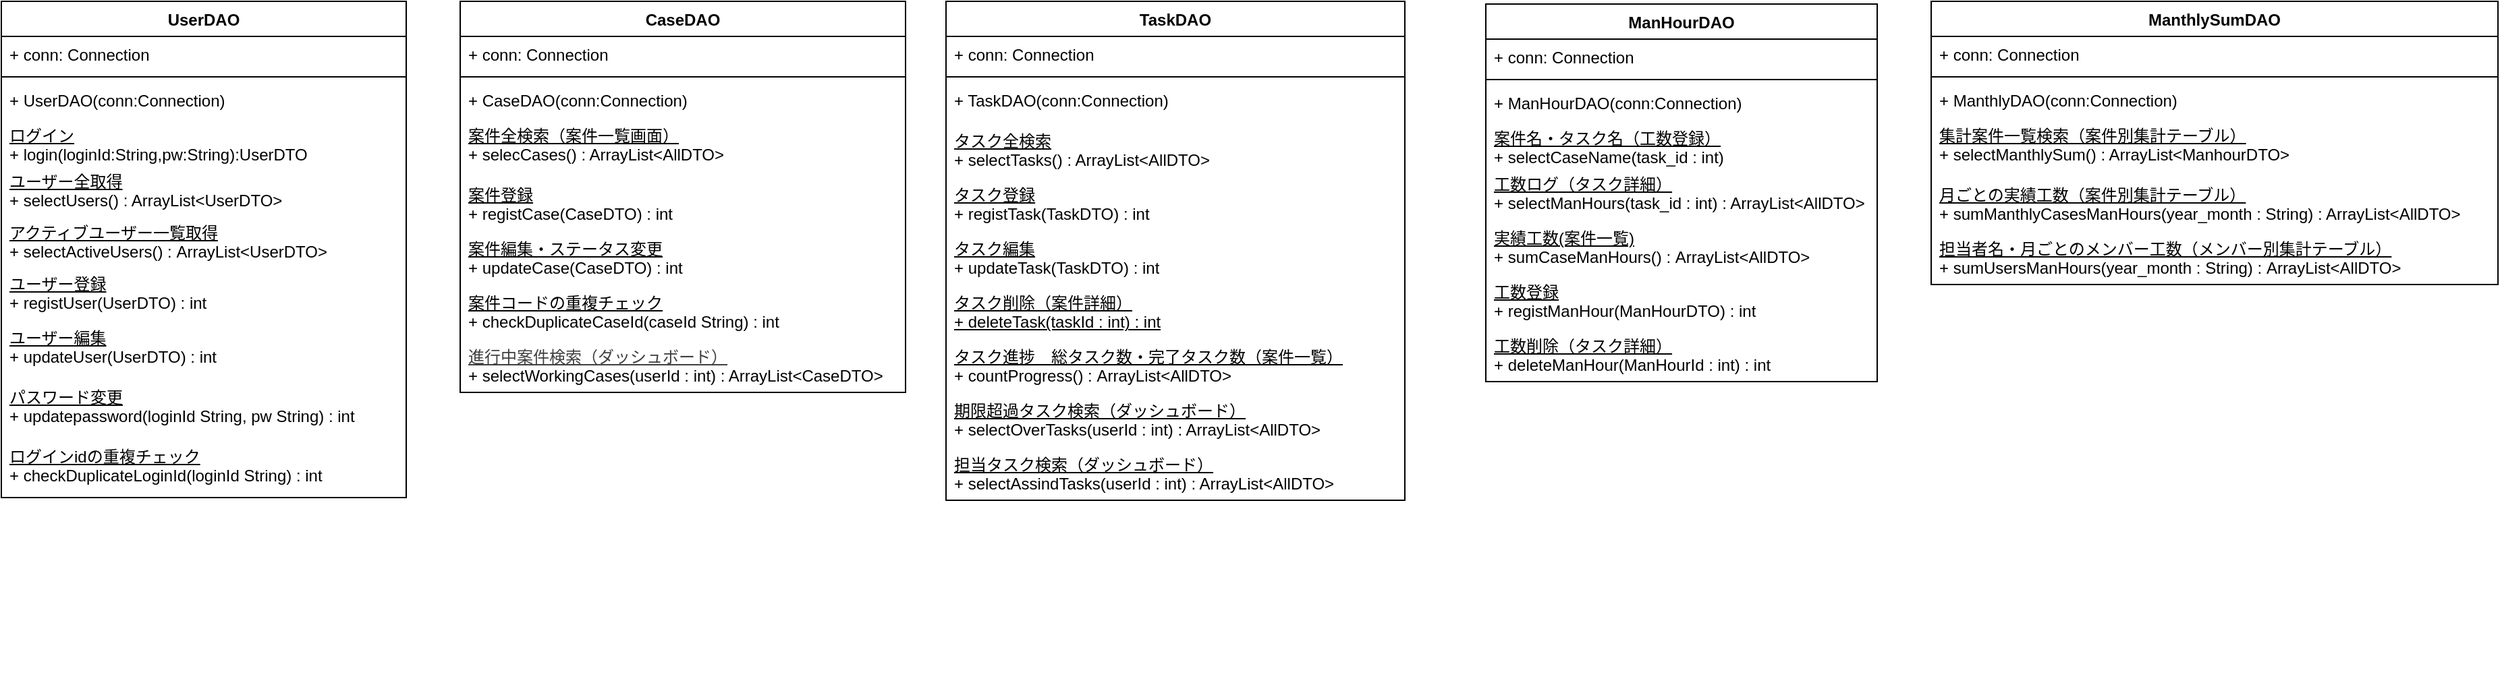
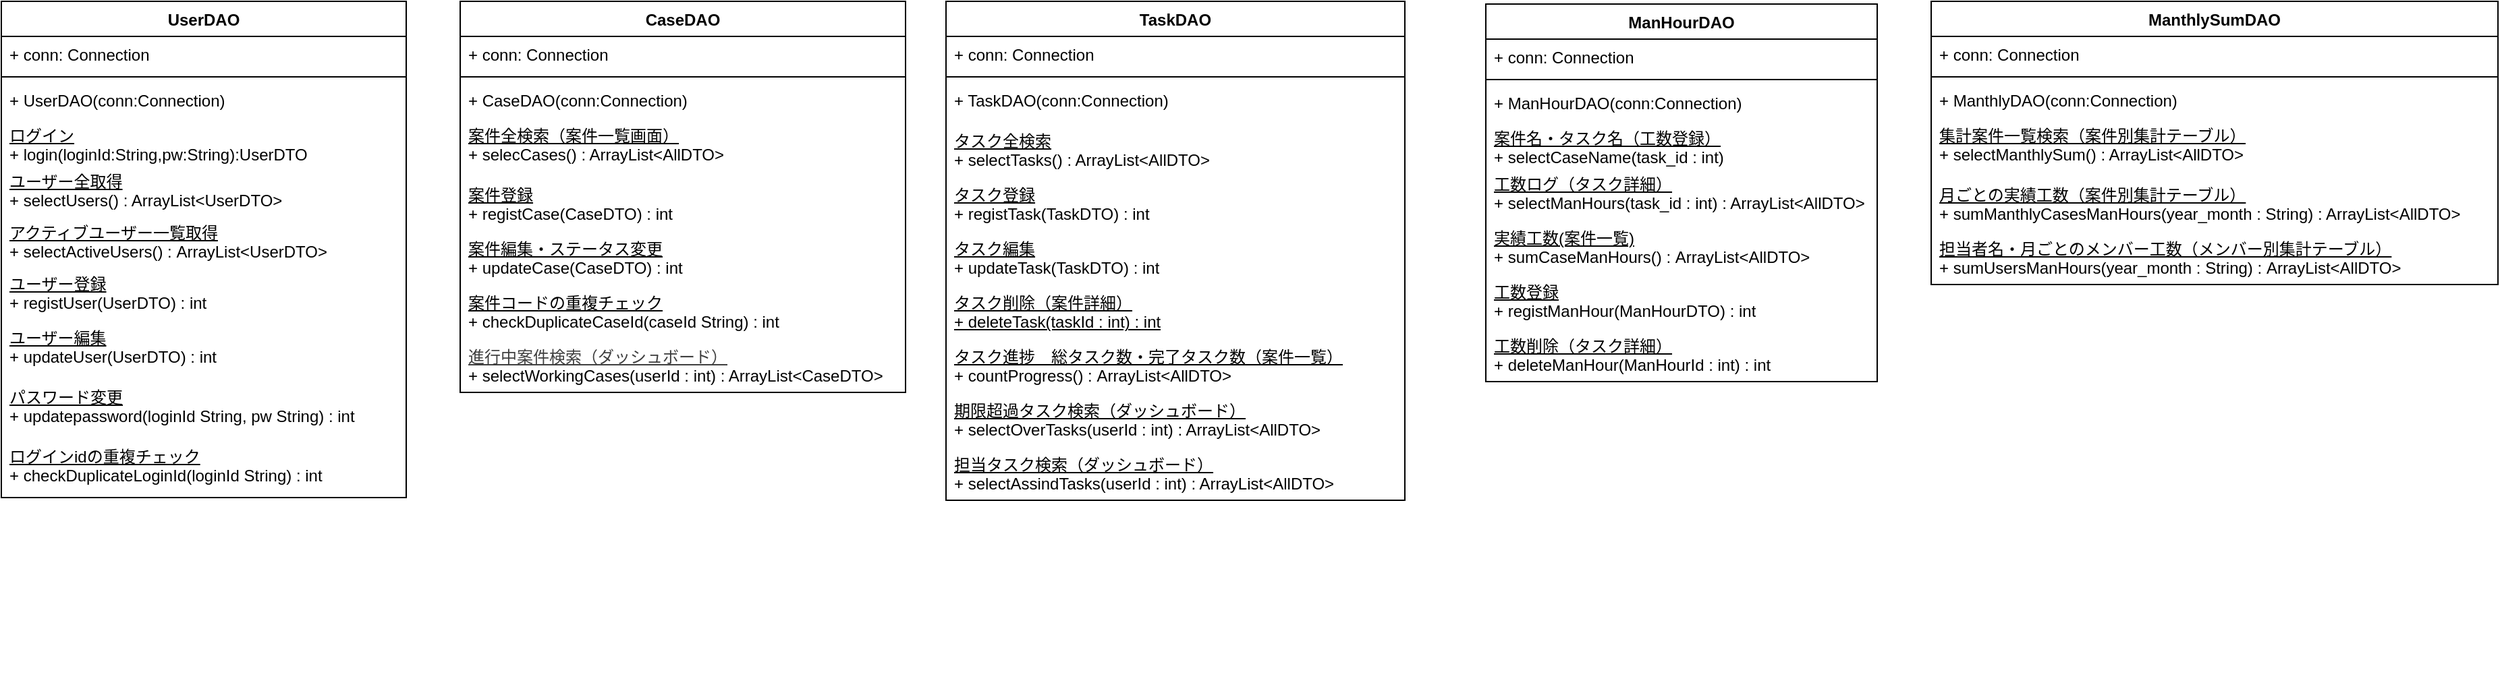
<mxfile host="65bd71144e">
    <diagram id="FiwLhSfAqCs7Xlh_osOK" name="ページ1">
-         <mxGraphModel dx="714" dy="659" grid="1" gridSize="10" guides="1" tooltips="1" connect="1" arrows="1" fold="1" page="1" pageScale="1" pageWidth="827" pageHeight="1169" math="0" shadow="0">
+         <mxGraphModel dx="816" dy="473" grid="1" gridSize="10" guides="1" tooltips="1" connect="1" arrows="1" fold="1" page="1" pageScale="1" pageWidth="827" pageHeight="1169" math="0" shadow="0">
            <root>
                <mxCell id="0"/>
                <mxCell id="1" parent="0"/>
                <mxCell id="20" value="CaseDAO" style="swimlane;fontStyle=1;align=center;verticalAlign=top;childLayout=stackLayout;horizontal=1;startSize=26;horizontalStack=0;resizeParent=1;resizeParentMax=0;resizeLast=0;collapsible=1;marginBottom=0;whiteSpace=wrap;html=1;" parent="1" vertex="1">
                    <mxGeometry x="350" y="490" width="330" height="290" as="geometry"/>
                </mxCell>
                <mxCell id="21" value="+ conn: Connection" style="text;strokeColor=none;fillColor=none;align=left;verticalAlign=top;spacingLeft=4;spacingRight=4;overflow=hidden;rotatable=0;points=[[0,0.5],[1,0.5]];portConstraint=eastwest;whiteSpace=wrap;html=1;" parent="20" vertex="1">
                    <mxGeometry y="26" width="330" height="26" as="geometry"/>
                </mxCell>
                <mxCell id="22" value="" style="line;strokeWidth=1;fillColor=none;align=left;verticalAlign=middle;spacingTop=-1;spacingLeft=3;spacingRight=3;rotatable=0;labelPosition=right;points=[];portConstraint=eastwest;strokeColor=inherit;" parent="20" vertex="1">
                    <mxGeometry y="52" width="330" height="8" as="geometry"/>
                </mxCell>
                <mxCell id="23" value="+ CaseDAO(conn:Connection)" style="text;strokeColor=none;fillColor=none;align=left;verticalAlign=top;spacingLeft=4;spacingRight=4;overflow=hidden;rotatable=0;points=[[0,0.5],[1,0.5]];portConstraint=eastwest;whiteSpace=wrap;html=1;" parent="20" vertex="1">
                    <mxGeometry y="60" width="330" height="26" as="geometry"/>
                </mxCell>
                <mxCell id="30" value="&lt;div&gt;&lt;u&gt;&lt;font style=&quot;color: rgb(0, 0, 0);&quot;&gt;案件全検索（案件一覧画面）&lt;/font&gt;&lt;/u&gt;&lt;/div&gt;&lt;div&gt;&lt;font style=&quot;color: rgb(0, 0, 0);&quot;&gt;&lt;span style=&quot;background-color: transparent;&quot;&gt;+ selecCases(&lt;/span&gt;&lt;span style=&quot;background-color: transparent;&quot;&gt;) : ArrayList&amp;lt;AllDTO&amp;gt;&lt;/span&gt;&lt;/font&gt;&lt;/div&gt;" style="text;strokeColor=none;fillColor=none;align=left;verticalAlign=top;spacingLeft=4;spacingRight=4;overflow=hidden;rotatable=0;points=[[0,0.5],[1,0.5]];portConstraint=eastwest;whiteSpace=wrap;html=1;fontFamily=Helvetica;fontSize=12;fontColor=default;" parent="20" vertex="1">
                    <mxGeometry y="86" width="330" height="44" as="geometry"/>
                </mxCell>
                <mxCell id="54" value="&lt;div&gt;&lt;span&gt;&lt;u style=&quot;&quot;&gt;&lt;font style=&quot;color: rgb(0, 0, 0);&quot;&gt;案件登録&lt;/font&gt;&lt;/u&gt;&lt;/span&gt;&lt;/div&gt;&lt;span style=&quot;color: rgb(0, 0, 0);&quot;&gt;&lt;font style=&quot;color: rgb(0, 0, 0);&quot;&gt;+ registCase(CaseDTO) : int&lt;/font&gt;&lt;/span&gt;" style="text;strokeColor=none;fillColor=none;align=left;verticalAlign=top;spacingLeft=4;spacingRight=4;overflow=hidden;rotatable=0;points=[[0,0.5],[1,0.5]];portConstraint=eastwest;whiteSpace=wrap;html=1;fontFamily=Helvetica;fontSize=12;fontColor=default;" parent="20" vertex="1">
                    <mxGeometry y="130" width="330" height="40" as="geometry"/>
                </mxCell>
                <mxCell id="28" value="&lt;div&gt;&lt;u&gt;&lt;font style=&quot;color: rgb(0, 0, 0);&quot;&gt;案件編集・ステータス変更&lt;/font&gt;&lt;/u&gt;&lt;/div&gt;&lt;div&gt;&lt;span style=&quot;background-color: transparent;&quot;&gt;&lt;font style=&quot;color: rgb(0, 0, 0);&quot;&gt;+ updateCase(CaseDTO) : int&lt;/font&gt;&lt;/span&gt;&lt;/div&gt;" style="text;strokeColor=none;fillColor=none;align=left;verticalAlign=top;spacingLeft=4;spacingRight=4;overflow=hidden;rotatable=0;points=[[0,0.5],[1,0.5]];portConstraint=eastwest;whiteSpace=wrap;html=1;fontFamily=Helvetica;fontSize=12;fontColor=default;" parent="20" vertex="1">
                    <mxGeometry y="170" width="330" height="40" as="geometry"/>
                </mxCell>
                <mxCell id="95" value="&lt;u&gt;案件コードの重複チェック&lt;/u&gt;&lt;div&gt;+ checkDuplicateCaseId(caseId String) : int&amp;nbsp;&lt;/div&gt;" style="text;strokeColor=none;fillColor=none;align=left;verticalAlign=top;spacingLeft=4;spacingRight=4;overflow=hidden;rotatable=0;points=[[0,0.5],[1,0.5]];portConstraint=eastwest;whiteSpace=wrap;html=1;fontFamily=Helvetica;fontSize=12;fontColor=default;" parent="20" vertex="1">
                    <mxGeometry y="210" width="330" height="40" as="geometry"/>
                </mxCell>
                <mxCell id="96" value="&lt;div style=&quot;scrollbar-color: rgb(226, 226, 226) rgb(251, 251, 251); color: rgb(63, 63, 63);&quot;&gt;&lt;font style=&quot;scrollbar-color: rgb(226, 226, 226) rgb(251, 251, 251); color: rgb(63, 63, 63);&quot;&gt;&lt;u style=&quot;scrollbar-color: rgb(226, 226, 226) rgb(251, 251, 251); color: rgb(63, 63, 63);&quot;&gt;進行中案件検索（ダッシュボード）&lt;/u&gt;&lt;/font&gt;&lt;/div&gt;&lt;span style=&quot;scrollbar-color: rgb(226, 226, 226) rgb(251, 251, 251); color: rgb(0, 0, 0);&quot;&gt;+ selectWorkingCases(&lt;span style=&quot;scrollbar-color: rgb(226, 226, 226) rgb(251, 251, 251); color: rgb(0, 0, 0);&quot;&gt;userId : int&lt;/span&gt;) : ArrayList&amp;lt;CaseDTO&amp;gt;&lt;/span&gt;" style="text;strokeColor=none;fillColor=none;align=left;verticalAlign=top;spacingLeft=4;spacingRight=4;overflow=hidden;rotatable=0;points=[[0,0.5],[1,0.5]];portConstraint=eastwest;whiteSpace=wrap;html=1;fontFamily=Helvetica;fontSize=12;fontColor=default;" parent="20" vertex="1">
                    <mxGeometry y="250" width="330" height="40" as="geometry"/>
                </mxCell>
                <mxCell id="27" style="text;strokeColor=none;fillColor=none;align=left;verticalAlign=top;spacingLeft=4;spacingRight=4;overflow=hidden;rotatable=0;points=[[0,0.5],[1,0.5]];portConstraint=eastwest;whiteSpace=wrap;html=1;" parent="20" vertex="1">
                    <mxGeometry y="290" width="330" as="geometry"/>
                </mxCell>
                <mxCell id="32" value="UserDAO" style="swimlane;fontStyle=1;align=center;verticalAlign=top;childLayout=stackLayout;horizontal=1;startSize=26;horizontalStack=0;resizeParent=1;resizeParentMax=0;resizeLast=0;collapsible=1;marginBottom=0;whiteSpace=wrap;html=1;" parent="1" vertex="1">
                    <mxGeometry x="10" y="490" width="300" height="368" as="geometry"/>
                </mxCell>
                <mxCell id="33" value="+ conn: Connection" style="text;strokeColor=none;fillColor=none;align=left;verticalAlign=top;spacingLeft=4;spacingRight=4;overflow=hidden;rotatable=0;points=[[0,0.5],[1,0.5]];portConstraint=eastwest;whiteSpace=wrap;html=1;" parent="32" vertex="1">
                    <mxGeometry y="26" width="300" height="26" as="geometry"/>
                </mxCell>
                <mxCell id="34" value="" style="line;strokeWidth=1;fillColor=none;align=left;verticalAlign=middle;spacingTop=-1;spacingLeft=3;spacingRight=3;rotatable=0;labelPosition=right;points=[];portConstraint=eastwest;strokeColor=inherit;" parent="32" vertex="1">
                    <mxGeometry y="52" width="300" height="8" as="geometry"/>
                </mxCell>
                <mxCell id="35" value="+ UserDAO(conn:Connection)" style="text;strokeColor=none;fillColor=none;align=left;verticalAlign=top;spacingLeft=4;spacingRight=4;overflow=hidden;rotatable=0;points=[[0,0.5],[1,0.5]];portConstraint=eastwest;whiteSpace=wrap;html=1;" parent="32" vertex="1">
                    <mxGeometry y="60" width="300" height="26" as="geometry"/>
                </mxCell>
                <mxCell id="41" value="&lt;div&gt;&lt;span style=&quot;background-color: transparent;&quot;&gt;&lt;u&gt;ログイン&lt;/u&gt;&lt;/span&gt;&lt;/div&gt;&lt;div&gt;&lt;span style=&quot;color: rgb(0, 0, 0);&quot;&gt;+ login(loginId:String,pw:String):UserDTO&lt;/span&gt;&lt;/div&gt;" style="text;strokeColor=none;fillColor=none;align=left;verticalAlign=top;spacingLeft=4;spacingRight=4;overflow=hidden;rotatable=0;points=[[0,0.5],[1,0.5]];portConstraint=eastwest;whiteSpace=wrap;html=1;" parent="32" vertex="1">
                    <mxGeometry y="86" width="300" height="34" as="geometry"/>
                </mxCell>
                <mxCell id="37" value="&lt;div&gt;&lt;span style=&quot;background-color: transparent;&quot;&gt;&lt;font style=&quot;color: rgb(0, 0, 0);&quot;&gt;&lt;u&gt;ユーザー全取得&lt;/u&gt;&lt;/font&gt;&lt;/span&gt;&lt;/div&gt;&lt;div&gt;&lt;span style=&quot;background-color: transparent;&quot;&gt;&lt;font style=&quot;color: rgb(0, 0, 0);&quot;&gt;+ selectUsers() : ArrayList&amp;lt;UserDTO&amp;gt;&lt;/font&gt;&lt;/span&gt;&lt;/div&gt;" style="text;strokeColor=none;fillColor=none;align=left;verticalAlign=top;spacingLeft=4;spacingRight=4;overflow=hidden;rotatable=0;points=[[0,0.5],[1,0.5]];portConstraint=eastwest;whiteSpace=wrap;html=1;fontFamily=Helvetica;fontSize=12;fontColor=default;" parent="32" vertex="1">
                    <mxGeometry y="120" width="300" height="38" as="geometry"/>
                </mxCell>
                <mxCell id="97" value="&lt;u&gt;アクティブユーザー一覧取得&lt;/u&gt;&lt;div&gt;+ selectActiveUsers() :&amp;nbsp;&lt;span style=&quot;color: rgb(0, 0, 0); background-color: transparent;&quot;&gt;ArrayList&amp;lt;UserDTO&amp;gt;&lt;/span&gt;&lt;/div&gt;" style="text;strokeColor=none;fillColor=none;align=left;verticalAlign=top;spacingLeft=4;spacingRight=4;overflow=hidden;rotatable=0;points=[[0,0.5],[1,0.5]];portConstraint=eastwest;whiteSpace=wrap;html=1;fontFamily=Helvetica;fontSize=12;fontColor=default;" parent="32" vertex="1">
                    <mxGeometry y="158" width="300" height="38" as="geometry"/>
                </mxCell>
                <mxCell id="43" value="&lt;div&gt;&lt;font style=&quot;color: rgb(0, 0, 0);&quot;&gt;&lt;u&gt;ユーザー登録&lt;/u&gt;&lt;/font&gt;&lt;/div&gt;&lt;div&gt;&lt;font style=&quot;color: rgb(0, 0, 0);&quot;&gt;+ registUser(UserDTO) : int&lt;/font&gt;&lt;/div&gt;" style="text;strokeColor=none;fillColor=none;align=left;verticalAlign=top;spacingLeft=4;spacingRight=4;overflow=hidden;rotatable=0;points=[[0,0.5],[1,0.5]];portConstraint=eastwest;whiteSpace=wrap;html=1;fontFamily=Helvetica;fontSize=12;fontColor=default;" parent="32" vertex="1">
                    <mxGeometry y="196" width="300" height="40" as="geometry"/>
                </mxCell>
                <mxCell id="39" value="&lt;div&gt;&lt;u&gt;ユーザー編集&lt;/u&gt;&lt;/div&gt;+ updateUser(UserDTO) : int" style="text;strokeColor=none;fillColor=none;align=left;verticalAlign=top;spacingLeft=4;spacingRight=4;overflow=hidden;rotatable=0;points=[[0,0.5],[1,0.5]];portConstraint=eastwest;whiteSpace=wrap;html=1;fontFamily=Helvetica;fontSize=12;fontColor=default;" parent="32" vertex="1">
                    <mxGeometry y="236" width="300" height="44" as="geometry"/>
                </mxCell>
                <mxCell id="98" value="&lt;u&gt;パスワード変更&lt;/u&gt;&lt;div&gt;+ updatepassword(loginId String, pw String) : int&lt;/div&gt;" style="text;strokeColor=none;fillColor=none;align=left;verticalAlign=top;spacingLeft=4;spacingRight=4;overflow=hidden;rotatable=0;points=[[0,0.5],[1,0.5]];portConstraint=eastwest;whiteSpace=wrap;html=1;fontFamily=Helvetica;fontSize=12;fontColor=default;" parent="32" vertex="1">
                    <mxGeometry y="280" width="300" height="44" as="geometry"/>
                </mxCell>
                <mxCell id="94" value="&lt;u&gt;ログインidの重複チェック&lt;/u&gt;&lt;div&gt;+ checkDuplicateLoginId(loginId String) : int&lt;/div&gt;" style="text;strokeColor=none;fillColor=none;align=left;verticalAlign=top;spacingLeft=4;spacingRight=4;overflow=hidden;rotatable=0;points=[[0,0.5],[1,0.5]];portConstraint=eastwest;whiteSpace=wrap;html=1;fontFamily=Helvetica;fontSize=12;fontColor=default;" parent="32" vertex="1">
                    <mxGeometry y="324" width="300" height="44" as="geometry"/>
                </mxCell>
                <mxCell id="40" style="text;strokeColor=none;fillColor=none;align=left;verticalAlign=top;spacingLeft=4;spacingRight=4;overflow=hidden;rotatable=0;points=[[0,0.5],[1,0.5]];portConstraint=eastwest;whiteSpace=wrap;html=1;" parent="32" vertex="1">
                    <mxGeometry y="368" width="300" as="geometry"/>
                </mxCell>
                <mxCell id="45" value="TaskDAO" style="swimlane;fontStyle=1;align=center;verticalAlign=top;childLayout=stackLayout;horizontal=1;startSize=26;horizontalStack=0;resizeParent=1;resizeParentMax=0;resizeLast=0;collapsible=1;marginBottom=0;whiteSpace=wrap;html=1;" parent="1" vertex="1">
                    <mxGeometry x="710" y="490" width="340" height="370" as="geometry"/>
                </mxCell>
                <mxCell id="46" value="+ conn: Connection" style="text;strokeColor=none;fillColor=none;align=left;verticalAlign=top;spacingLeft=4;spacingRight=4;overflow=hidden;rotatable=0;points=[[0,0.5],[1,0.5]];portConstraint=eastwest;whiteSpace=wrap;html=1;" parent="45" vertex="1">
                    <mxGeometry y="26" width="340" height="26" as="geometry"/>
                </mxCell>
                <mxCell id="47" value="" style="line;strokeWidth=1;fillColor=none;align=left;verticalAlign=middle;spacingTop=-1;spacingLeft=3;spacingRight=3;rotatable=0;labelPosition=right;points=[];portConstraint=eastwest;strokeColor=inherit;" parent="45" vertex="1">
                    <mxGeometry y="52" width="340" height="8" as="geometry"/>
                </mxCell>
                <mxCell id="48" value="+ TaskDAO(conn:Connection)" style="text;strokeColor=none;fillColor=none;align=left;verticalAlign=top;spacingLeft=4;spacingRight=4;overflow=hidden;rotatable=0;points=[[0,0.5],[1,0.5]];portConstraint=eastwest;whiteSpace=wrap;html=1;" parent="45" vertex="1">
                    <mxGeometry y="60" width="340" height="30" as="geometry"/>
                </mxCell>
                <mxCell id="49" value="&lt;div&gt;&lt;u&gt;タスク全検索&lt;/u&gt;&lt;/div&gt;+ selectTasks() : ArrayList&amp;lt;AllDTO&amp;gt;" style="text;strokeColor=none;fillColor=none;align=left;verticalAlign=top;spacingLeft=4;spacingRight=4;overflow=hidden;rotatable=0;points=[[0,0.5],[1,0.5]];portConstraint=eastwest;whiteSpace=wrap;html=1;fontFamily=Helvetica;fontSize=12;fontColor=default;" parent="45" vertex="1">
                    <mxGeometry y="90" width="340" height="40" as="geometry"/>
                </mxCell>
                <mxCell id="51" value="&lt;div&gt;&lt;u&gt;タスク登録&lt;/u&gt;&lt;/div&gt;+ registTask(TaskDTO) : int" style="text;strokeColor=none;fillColor=none;align=left;verticalAlign=top;spacingLeft=4;spacingRight=4;overflow=hidden;rotatable=0;points=[[0,0.5],[1,0.5]];portConstraint=eastwest;whiteSpace=wrap;html=1;fontFamily=Helvetica;fontSize=12;fontColor=default;" parent="45" vertex="1">
                    <mxGeometry y="130" width="340" height="40" as="geometry"/>
                </mxCell>
                <mxCell id="52" value="&lt;div&gt;&lt;u&gt;タスク編集&lt;/u&gt;&lt;/div&gt;+ updateTask(TaskDTO) : int" style="text;strokeColor=none;fillColor=none;align=left;verticalAlign=top;spacingLeft=4;spacingRight=4;overflow=hidden;rotatable=0;points=[[0,0.5],[1,0.5]];portConstraint=eastwest;whiteSpace=wrap;html=1;fontFamily=Helvetica;fontSize=12;fontColor=default;" parent="45" vertex="1">
                    <mxGeometry y="170" width="340" height="40" as="geometry"/>
                </mxCell>
                <mxCell id="93" value="&lt;u&gt;タスク削除（案件詳細）&lt;/u&gt;&lt;div&gt;&lt;u&gt;&lt;font style=&quot;color: rgb(0, 0, 0);&quot;&gt;+ deleteTask(taskId : int) : int&lt;/font&gt;&lt;/u&gt;&lt;/div&gt;" style="text;strokeColor=none;fillColor=none;align=left;verticalAlign=top;spacingLeft=4;spacingRight=4;overflow=hidden;rotatable=0;points=[[0,0.5],[1,0.5]];portConstraint=eastwest;whiteSpace=wrap;html=1;fontFamily=Helvetica;fontSize=12;fontColor=default;" parent="45" vertex="1">
                    <mxGeometry y="210" width="340" height="40" as="geometry"/>
                </mxCell>
                <mxCell id="91" value="&lt;div&gt;&lt;u&gt;タスク進捗　総タスク数・完了タスク数（案件一覧）&lt;/u&gt;&lt;/div&gt;+ countProgress() :&amp;nbsp;&lt;span style=&quot;color: rgb(0, 0, 0);&quot;&gt;ArrayList&amp;lt;AllDTO&amp;gt;&lt;/span&gt;" style="text;strokeColor=none;fillColor=none;align=left;verticalAlign=top;spacingLeft=4;spacingRight=4;overflow=hidden;rotatable=0;points=[[0,0.5],[1,0.5]];portConstraint=eastwest;whiteSpace=wrap;html=1;fontFamily=Helvetica;fontSize=12;fontColor=default;" parent="45" vertex="1">
                    <mxGeometry y="250" width="340" height="40" as="geometry"/>
                </mxCell>
                <mxCell id="86" value="&lt;div&gt;&lt;font color=&quot;#000000&quot;&gt;&lt;u&gt;期限超過タスク検索（ダッシュボード）&lt;/u&gt;&lt;/font&gt;&lt;/div&gt;&lt;span style=&quot;color: rgb(0, 0, 0);&quot;&gt;+ selectOverTasks(&lt;span style=&quot;color: rgb(0, 0, 0);&quot;&gt;userId : int&lt;/span&gt;) : ArrayList&amp;lt;AllDTO&amp;gt;&lt;/span&gt;" style="text;strokeColor=none;fillColor=none;align=left;verticalAlign=top;spacingLeft=4;spacingRight=4;overflow=hidden;rotatable=0;points=[[0,0.5],[1,0.5]];portConstraint=eastwest;whiteSpace=wrap;html=1;fontFamily=Helvetica;fontSize=12;fontColor=default;" parent="45" vertex="1">
                    <mxGeometry y="290" width="340" height="40" as="geometry"/>
                </mxCell>
                <mxCell id="85" value="&lt;div&gt;&lt;span style=&quot;color: rgb(0, 0, 0);&quot;&gt;&lt;u&gt;担当タスク検索（ダッシュボード）&lt;/u&gt;&lt;/span&gt;&lt;/div&gt;&lt;span style=&quot;color: rgb(0, 0, 0);&quot;&gt;+ selectAssindTasks(&lt;span style=&quot;color: rgb(0, 0, 0);&quot;&gt;userId : int&lt;/span&gt;) : ArrayList&amp;lt;AllDTO&amp;gt;&lt;/span&gt;" style="text;strokeColor=none;fillColor=none;align=left;verticalAlign=top;spacingLeft=4;spacingRight=4;overflow=hidden;rotatable=0;points=[[0,0.5],[1,0.5]];portConstraint=eastwest;whiteSpace=wrap;html=1;fontFamily=Helvetica;fontSize=12;fontColor=default;" parent="45" vertex="1">
                    <mxGeometry y="330" width="340" height="40" as="geometry"/>
                </mxCell>
                <mxCell id="53" style="text;strokeColor=none;fillColor=none;align=left;verticalAlign=top;spacingLeft=4;spacingRight=4;overflow=hidden;rotatable=0;points=[[0,0.5],[1,0.5]];portConstraint=eastwest;whiteSpace=wrap;html=1;" parent="45" vertex="1">
                    <mxGeometry y="370" width="340" as="geometry"/>
                </mxCell>
                <mxCell id="55" value="ManHourDAO" style="swimlane;fontStyle=1;align=center;verticalAlign=top;childLayout=stackLayout;horizontal=1;startSize=26;horizontalStack=0;resizeParent=1;resizeParentMax=0;resizeLast=0;collapsible=1;marginBottom=0;whiteSpace=wrap;html=1;" parent="1" vertex="1">
                    <mxGeometry x="1110" y="492" width="290" height="280" as="geometry"/>
                </mxCell>
                <mxCell id="56" value="&lt;span style=&quot;color: rgb(0, 0, 0);&quot;&gt;+ conn: Connection&lt;/span&gt;" style="text;strokeColor=none;fillColor=none;align=left;verticalAlign=top;spacingLeft=4;spacingRight=4;overflow=hidden;rotatable=0;points=[[0,0.5],[1,0.5]];portConstraint=eastwest;whiteSpace=wrap;html=1;" parent="55" vertex="1">
                    <mxGeometry y="26" width="290" height="26" as="geometry"/>
                </mxCell>
                <mxCell id="57" value="" style="line;strokeWidth=1;fillColor=none;align=left;verticalAlign=middle;spacingTop=-1;spacingLeft=3;spacingRight=3;rotatable=0;labelPosition=right;points=[];portConstraint=eastwest;strokeColor=inherit;" parent="55" vertex="1">
                    <mxGeometry y="52" width="290" height="8" as="geometry"/>
                </mxCell>
                <mxCell id="58" value="+ ManHourDAO(conn:Connection)" style="text;strokeColor=none;fillColor=none;align=left;verticalAlign=top;spacingLeft=4;spacingRight=4;overflow=hidden;rotatable=0;points=[[0,0.5],[1,0.5]];portConstraint=eastwest;whiteSpace=wrap;html=1;" parent="55" vertex="1">
                    <mxGeometry y="60" width="290" height="26" as="geometry"/>
                </mxCell>
                <mxCell id="62" value="&lt;div&gt;&lt;u&gt;案件名・タスク名（工数登録）&lt;/u&gt;&lt;/div&gt;+ selectC&lt;span style=&quot;color: rgb(0, 0, 0);&quot;&gt;aseName&lt;/span&gt;(task_id : int) &lt;span style=&quot;color: rgb(0, 0, 0);&quot;&gt;:&amp;nbsp;&lt;/span&gt;&lt;span style=&quot;color: rgb(0, 0, 0);&quot;&gt;ArrayList&amp;lt;AllDTO&amp;gt;&lt;/span&gt;" style="text;strokeColor=none;fillColor=none;align=left;verticalAlign=top;spacingLeft=4;spacingRight=4;overflow=hidden;rotatable=0;points=[[0,0.5],[1,0.5]];portConstraint=eastwest;whiteSpace=wrap;html=1;" parent="55" vertex="1">
                    <mxGeometry y="86" width="290" height="34" as="geometry"/>
                </mxCell>
                <mxCell id="80" value="&lt;div&gt;&lt;u&gt;工数ログ（タスク詳細）&lt;/u&gt;&lt;/div&gt;+ selectManHours(task_id : int) : ArrayList&amp;lt;AllDTO&amp;gt;" style="text;strokeColor=none;fillColor=none;align=left;verticalAlign=top;spacingLeft=4;spacingRight=4;overflow=hidden;rotatable=0;points=[[0,0.5],[1,0.5]];portConstraint=eastwest;whiteSpace=wrap;html=1;" parent="55" vertex="1">
                    <mxGeometry y="120" width="290" height="40" as="geometry"/>
                </mxCell>
                <mxCell id="92" value="&lt;div&gt;&lt;u&gt;実績工数(案件一覧)&lt;/u&gt;&lt;/div&gt;+ sumCaseManHours() :&amp;nbsp;&lt;span style=&quot;color: rgb(0, 0, 0);&quot;&gt;ArrayList&amp;lt;AllDTO&amp;gt;&lt;/span&gt;" style="text;strokeColor=none;fillColor=none;align=left;verticalAlign=top;spacingLeft=4;spacingRight=4;overflow=hidden;rotatable=0;points=[[0,0.5],[1,0.5]];portConstraint=eastwest;whiteSpace=wrap;html=1;" parent="55" vertex="1">
                    <mxGeometry y="160" width="290" height="40" as="geometry"/>
                </mxCell>
                <mxCell id="61" value="&lt;div&gt;&lt;u&gt;工数登録&lt;/u&gt;&lt;/div&gt;+ registManHour(ManHourDTO) : int" style="text;strokeColor=none;fillColor=none;align=left;verticalAlign=top;spacingLeft=4;spacingRight=4;overflow=hidden;rotatable=0;points=[[0,0.5],[1,0.5]];portConstraint=eastwest;whiteSpace=wrap;html=1;" parent="55" vertex="1">
                    <mxGeometry y="200" width="290" height="40" as="geometry"/>
                </mxCell>
                <mxCell id="64" value="&lt;div&gt;&lt;u&gt;工数削除（タスク詳細）&lt;/u&gt;&lt;/div&gt;+ deleteManHour(ManHourId : int) : int" style="text;strokeColor=none;fillColor=none;align=left;verticalAlign=top;spacingLeft=4;spacingRight=4;overflow=hidden;rotatable=0;points=[[0,0.5],[1,0.5]];portConstraint=eastwest;whiteSpace=wrap;html=1;" parent="55" vertex="1">
                    <mxGeometry y="240" width="290" height="40" as="geometry"/>
                </mxCell>
                <mxCell id="59" style="text;strokeColor=none;fillColor=none;align=left;verticalAlign=top;spacingLeft=4;spacingRight=4;overflow=hidden;rotatable=0;points=[[0,0.5],[1,0.5]];portConstraint=eastwest;whiteSpace=wrap;html=1;" parent="1" vertex="1">
                    <mxGeometry x="390" y="970" width="290" height="26" as="geometry"/>
                </mxCell>
                <mxCell id="65" value="ManthlySumDAO" style="swimlane;fontStyle=1;align=center;verticalAlign=top;childLayout=stackLayout;horizontal=1;startSize=26;horizontalStack=0;resizeParent=1;resizeParentMax=0;resizeLast=0;collapsible=1;marginBottom=0;whiteSpace=wrap;html=1;" parent="1" vertex="1">
                    <mxGeometry x="1440" y="490" width="420" height="210" as="geometry"/>
                </mxCell>
                <mxCell id="66" value="&lt;span style=&quot;color: rgb(0, 0, 0);&quot;&gt;+ conn: Connection&lt;/span&gt;" style="text;strokeColor=none;fillColor=none;align=left;verticalAlign=top;spacingLeft=4;spacingRight=4;overflow=hidden;rotatable=0;points=[[0,0.5],[1,0.5]];portConstraint=eastwest;whiteSpace=wrap;html=1;" parent="65" vertex="1">
                    <mxGeometry y="26" width="420" height="26" as="geometry"/>
                </mxCell>
                <mxCell id="67" value="" style="line;strokeWidth=1;fillColor=none;align=left;verticalAlign=middle;spacingTop=-1;spacingLeft=3;spacingRight=3;rotatable=0;labelPosition=right;points=[];portConstraint=eastwest;strokeColor=inherit;" parent="65" vertex="1">
                    <mxGeometry y="52" width="420" height="8" as="geometry"/>
                </mxCell>
                <mxCell id="68" value="+ ManthlyDAO(conn:Connection)" style="text;strokeColor=none;fillColor=none;align=left;verticalAlign=top;spacingLeft=4;spacingRight=4;overflow=hidden;rotatable=0;points=[[0,0.5],[1,0.5]];portConstraint=eastwest;whiteSpace=wrap;html=1;" parent="65" vertex="1">
                    <mxGeometry y="60" width="420" height="26" as="geometry"/>
                </mxCell>
-                 <mxCell id="69" value="&lt;div&gt;&lt;u&gt;集計案件一覧検索（案件別集計テーブル）&lt;/u&gt;&lt;/div&gt;+ selectManthlySum() : ArrayList&amp;lt;ManhourDTO&amp;gt;" style="text;strokeColor=none;fillColor=none;align=left;verticalAlign=top;spacingLeft=4;spacingRight=4;overflow=hidden;rotatable=0;points=[[0,0.5],[1,0.5]];portConstraint=eastwest;whiteSpace=wrap;html=1;" parent="65" vertex="1">
+                 <mxCell id="69" value="&lt;div&gt;&lt;u&gt;集計案件一覧検索（案件別集計テーブル）&lt;/u&gt;&lt;/div&gt;+ selectManthlySum() : ArrayList&amp;lt;AllDTO&amp;gt;" style="text;strokeColor=none;fillColor=none;align=left;verticalAlign=top;spacingLeft=4;spacingRight=4;overflow=hidden;rotatable=0;points=[[0,0.5],[1,0.5]];portConstraint=eastwest;whiteSpace=wrap;html=1;" parent="65" vertex="1">
                    <mxGeometry y="86" width="420" height="44" as="geometry"/>
                </mxCell>
                <mxCell id="77" value="&lt;div&gt;&lt;span style=&quot;color: rgb(0, 0, 0);&quot;&gt;&lt;u&gt;月ごとの実績工数（案件別集計テーブル）&lt;/u&gt;&lt;/span&gt;&lt;/div&gt;&lt;span style=&quot;color: rgb(0, 0, 0);&quot;&gt;+ sumManthlyCasesManHours&lt;span style=&quot;color: rgb(0, 0, 0);&quot;&gt;(year_month : String)&lt;/span&gt;&amp;nbsp;: ArrayList&amp;lt;AllDTO&amp;gt;&lt;/span&gt;" style="text;strokeColor=none;fillColor=none;align=left;verticalAlign=top;spacingLeft=4;spacingRight=4;overflow=hidden;rotatable=0;points=[[0,0.5],[1,0.5]];portConstraint=eastwest;whiteSpace=wrap;html=1;" parent="65" vertex="1">
                    <mxGeometry y="130" width="420" height="40" as="geometry"/>
                </mxCell>
                <mxCell id="78" value="&lt;div&gt;&lt;u&gt;担当者名・月ごとのメンバー工数（メンバー別集計テーブル）&lt;/u&gt;&lt;/div&gt;+ sumUsersManHours&lt;span style=&quot;color: rgb(0, 0, 0);&quot;&gt;(year_month : String)&lt;/span&gt;&amp;nbsp;:&amp;nbsp;&lt;span style=&quot;color: rgb(0, 0, 0);&quot;&gt;ArrayList&amp;lt;AllDTO&amp;gt;&lt;/span&gt;" style="text;strokeColor=none;fillColor=none;align=left;verticalAlign=top;spacingLeft=4;spacingRight=4;overflow=hidden;rotatable=0;points=[[0,0.5],[1,0.5]];portConstraint=eastwest;whiteSpace=wrap;html=1;" parent="65" vertex="1">
                    <mxGeometry y="170" width="420" height="40" as="geometry"/>
                </mxCell>
            </root>
        </mxGraphModel>
    </diagram>
</mxfile>